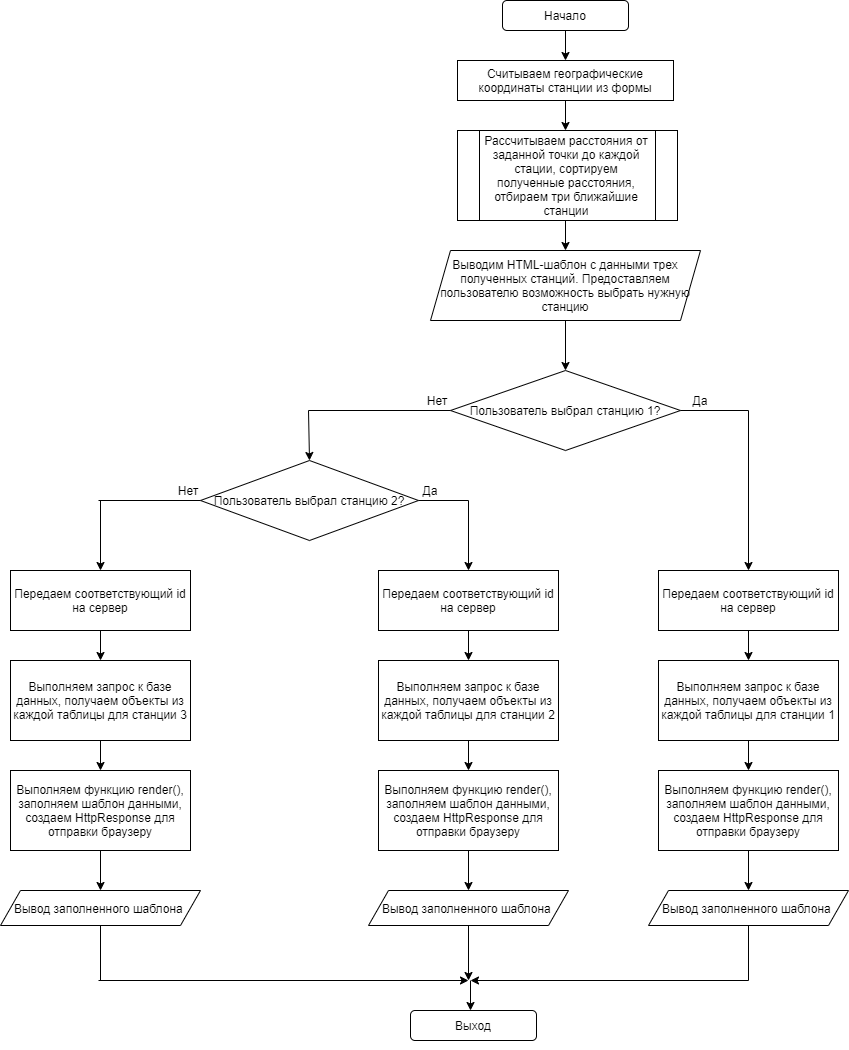
Before: coord.png, a diagram exported from draw.io (Sofya99/Diplom). Source tidied: cells renumbered, new cells last; positions are measured from the earlier drawing's top-left corner, leaving out a move shared by most shapes.
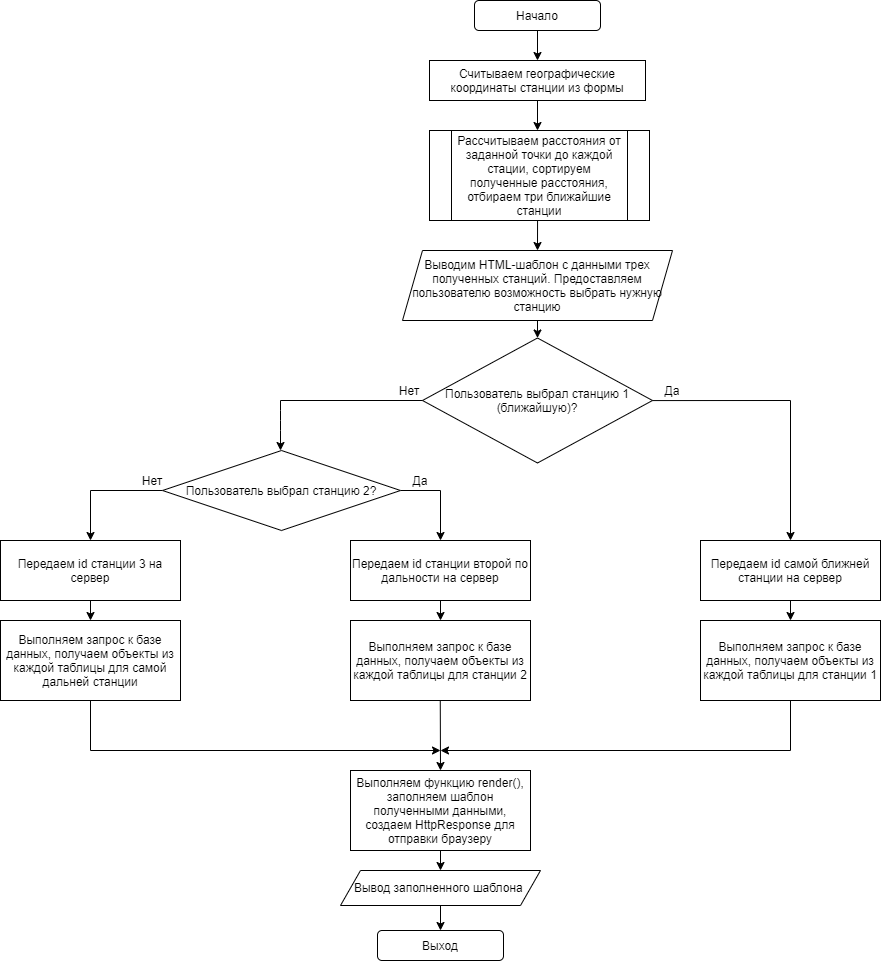
The same diagram one commit later.

What changed in the source:
```diff
@@ -8,11 +8,11 @@
     <mxCell id="3" value="Считываем географические координаты станции из формы" style="rounded=0;whiteSpace=wrap;html=1;" parent="1" vertex="1">
       <mxGeometry x="457" y="60" width="216" height="40" as="geometry" />
     </mxCell>
-    <mxCell id="4" value="Пользователь выбрал станцию 1?" style="rhombus;whiteSpace=wrap;html=1;" parent="1" vertex="1">
-      <mxGeometry x="450" y="370" width="230" height="80" as="geometry" />
+    <mxCell id="4" value="Пользователь выбрал станцию 1 (ближайшую)?" style="rhombus;whiteSpace=wrap;html=1;" parent="1" vertex="1">
+      <mxGeometry x="450" y="337.5" width="230" height="125" as="geometry" />
     </mxCell>
     <mxCell id="5" value="Выход" style="rounded=1;whiteSpace=wrap;html=1;" parent="1" vertex="1">
-      <mxGeometry x="410" y="1010" width="126" height="30" as="geometry" />
+      <mxGeometry x="405" y="930" width="126" height="30" as="geometry" />
     </mxCell>
     <mxCell id="6" style="endArrow=classic;html=1;exitX=0.5;exitY=1;exitDx=0;exitDy=0;" parent="1" edge="1" source="2">
       <mxGeometry relative="1" as="geometry">
@@ -25,58 +25,24 @@
       </mxGeometry>
     </mxCell>
     <mxCell id="8" value="Нет" style="text;html=1;strokeColor=none;fillColor=none;align=center;verticalAlign=middle;whiteSpace=wrap;rounded=0;" parent="1" vertex="1">
-      <mxGeometry x="417" y="390" width="40" height="20" as="geometry" />
+      <mxGeometry x="417" y="380" width="40" height="20" as="geometry" />
     </mxCell>
-    <mxCell id="9" style="endArrow=none;html=1;exitX=0;exitY=1;exitDx=0;exitDy=0;" parent="1" edge="1">
-      <mxGeometry relative="1" as="geometry">
-        <mxPoint x="680" y="410" as="sourcePoint" />
-        <mxPoint x="748" y="410" as="targetPoint" />
-      </mxGeometry>
-    </mxCell>
-    <mxCell id="10" style="edgeStyle=orthogonalEdgeStyle;rounded=0;jettySize=auto;html=1;exitX=0.5;exitY=1;exitDx=0;exitDy=0;entryX=0.5;entryY=0;entryDx=0;entryDy=0;" parent="1" edge="1" source="11" target="14">
-      <mxGeometry relative="1" as="geometry" />
-    </mxCell>
     <mxCell id="11" value="Выполняем запрос к базе данных, получаем объекты из каждой таблицы для станции 1" style="rounded=0;whiteSpace=wrap;html=1;" parent="1" vertex="1">
-      <mxGeometry x="658" y="660" width="180" height="80" as="geometry" />
+      <mxGeometry x="728" y="620" width="180" height="80" as="geometry" />
     </mxCell>
-    <mxCell id="12" style="endArrow=classic;html=1;" parent="1" edge="1" target="28">
-      <mxGeometry relative="1" as="geometry">
-        <mxPoint x="748" y="410" as="sourcePoint" />
-      </mxGeometry>
-    </mxCell>
-    <mxCell id="13" style="edgeStyle=orthogonalEdgeStyle;rounded=0;jettySize=auto;html=1;exitX=0.5;exitY=1;exitDx=0;exitDy=0;entryX=0.5;entryY=0;entryDx=0;entryDy=0;" parent="1" edge="1" source="14" target="15">
-      <mxGeometry relative="1" as="geometry" />
-    </mxCell>
-    <mxCell id="14" value="Выполняем функцию render(), заполняем шаблон данными, создаем HttpResponse для отправки браузеру" style="rounded=0;whiteSpace=wrap;html=1;" parent="1" vertex="1">
-      <mxGeometry x="658" y="770" width="180" height="80" as="geometry" />
-    </mxCell>
-    <mxCell id="15" value="Вывод заполненного шаблона&amp;nbsp;" style="shape=parallelogram;perimeter=parallelogramPerimeter;whiteSpace=wrap;html=1;fixedSize=1;" parent="1" vertex="1">
-      <mxGeometry x="648" y="890" width="200" height="35" as="geometry" />
-    </mxCell>
-    <mxCell id="16" style="endArrow=none;html=1;exitX=0.5;exitY=1;exitDx=0;exitDy=0;" parent="1" edge="1" source="15">
-      <mxGeometry relative="1" as="geometry">
-        <mxPoint x="748" y="980" as="targetPoint" />
-      </mxGeometry>
-    </mxCell>
     <mxCell id="17" style="edgeStyle=orthogonalEdgeStyle;rounded=0;orthogonalLoop=1;jettySize=auto;html=1;exitX=0.5;exitY=1;exitDx=0;exitDy=0;" parent="1" edge="1" source="5" target="5">
       <mxGeometry relative="1" as="geometry" />
     </mxCell>
-    <mxCell id="18" style="endArrow=classic;html=1;" parent="1" edge="1">
-      <mxGeometry relative="1" as="geometry">
-        <mxPoint x="470" y="980" as="sourcePoint" />
-        <mxPoint x="470" y="1010" as="targetPoint" />
-      </mxGeometry>
-    </mxCell>
     <mxCell id="19" style="endArrow=classic;html=1;" parent="1" edge="1">
       <mxGeometry relative="1" as="geometry">
-        <mxPoint x="98" y="980" as="sourcePoint" />
-        <mxPoint x="468" y="980" as="targetPoint" />
+        <mxPoint x="118" y="750" as="sourcePoint" />
+        <mxPoint x="468" y="750" as="targetPoint" />
       </mxGeometry>
     </mxCell>
     <mxCell id="20" style="endArrow=classic;html=1;" parent="1" edge="1">
       <mxGeometry relative="1" as="geometry">
-        <mxPoint x="748" y="980" as="sourcePoint" />
-        <mxPoint x="470" y="980" as="targetPoint" />
+        <mxPoint x="818" y="750" as="sourcePoint" />
+        <mxPoint x="468" y="750" as="targetPoint" />
       </mxGeometry>
     </mxCell>
     <mxCell id="21" style="edgeStyle=orthogonalEdgeStyle;rounded=0;jettySize=auto;html=1;exitX=0.5;exitY=1;exitDx=0;exitDy=0;entryX=0.5;entryY=0;entryDx=0;entryDy=0;" parent="1" edge="1" source="22" target="24">
@@ -92,105 +58,113 @@
       <mxGeometry x="430" y="250" width="270" height="70" as="geometry" />
     </mxCell>
     <mxCell id="25" value="Да" style="text;html=1;strokeColor=none;fillColor=none;align=center;verticalAlign=middle;whiteSpace=wrap;rounded=0;" parent="1" vertex="1">
-      <mxGeometry x="680" y="390" width="40" height="20" as="geometry" />
+      <mxGeometry x="680" y="380" width="40" height="20" as="geometry" />
     </mxCell>
-    <mxCell id="26" value="Пользователь выбрал станцию 2?" style="rhombus;whiteSpace=wrap;html=1;" parent="1" vertex="1">
-      <mxGeometry x="200" y="460" width="218" height="80" as="geometry" />
-    </mxCell>
     <mxCell id="27" style="edgeStyle=orthogonalEdgeStyle;rounded=0;jettySize=auto;html=1;exitX=0.5;exitY=1;exitDx=0;exitDy=0;entryX=0.5;entryY=0;entryDx=0;entryDy=0;" parent="1" edge="1" source="28" target="11">
       <mxGeometry relative="1" as="geometry" />
     </mxCell>
-    <mxCell id="28" value="Передаем соответствующий id на сервер" style="rounded=0;whiteSpace=wrap;html=1;" parent="1" vertex="1">
-      <mxGeometry x="658" y="570" width="180" height="60" as="geometry" />
+    <mxCell id="28" value="Передаем id самой ближней станции на сервер" style="rounded=0;whiteSpace=wrap;html=1;" parent="1" vertex="1">
+      <mxGeometry x="728" y="540" width="180" height="60" as="geometry" />
     </mxCell>
-    <mxCell id="29" style="endArrow=none;html=1;entryX=0;entryY=0.5;entryDx=0;entryDy=0;" parent="1" edge="1" target="4">
-      <mxGeometry relative="1" as="geometry">
-        <mxPoint x="308" y="410" as="sourcePoint" />
-      </mxGeometry>
-    </mxCell>
-    <mxCell id="30" style="endArrow=classic;html=1;entryX=0.5;entryY=0;entryDx=0;entryDy=0;" parent="1" edge="1" target="26">
-      <mxGeometry relative="1" as="geometry">
-        <mxPoint x="308" y="410" as="sourcePoint" />
-      </mxGeometry>
-    </mxCell>
-    <mxCell id="31" style="endArrow=none;html=1;" parent="1" edge="1">
+    <mxCell id="31" style="endArrow=none;html=1;entryX=1;entryY=1;entryDx=0;entryDy=0;" parent="1" edge="1" target="32">
       <mxGeometry relative="1" as="geometry">
-        <mxPoint x="418" y="500" as="sourcePoint" />
-        <mxPoint x="468" y="500" as="targetPoint" />
+        <mxPoint x="428" y="490" as="sourcePoint" />
       </mxGeometry>
     </mxCell>
     <mxCell id="32" value="Да" style="text;html=1;strokeColor=none;fillColor=none;align=center;verticalAlign=middle;whiteSpace=wrap;rounded=0;" parent="1" vertex="1">
-      <mxGeometry x="410" y="480" width="40" height="20" as="geometry" />
+      <mxGeometry x="428" y="470" width="40" height="20" as="geometry" />
     </mxCell>
-    <mxCell id="33" style="edgeStyle=orthogonalEdgeStyle;rounded=0;jettySize=auto;html=1;exitX=0.5;exitY=1;exitDx=0;exitDy=0;entryX=0.5;entryY=0;entryDx=0;entryDy=0;" parent="1" edge="1" source="34" target="36">
-      <mxGeometry relative="1" as="geometry" />
-    </mxCell>
     <mxCell id="34" value="Выполняем запрос к базе данных, получаем объекты из каждой таблицы для станции 2" style="rounded=0;whiteSpace=wrap;html=1;" parent="1" vertex="1">
-      <mxGeometry x="378" y="660" width="180" height="80" as="geometry" />
+      <mxGeometry x="378" y="620" width="180" height="80" as="geometry" />
     </mxCell>
     <mxCell id="35" style="edgeStyle=orthogonalEdgeStyle;rounded=0;jettySize=auto;html=1;exitX=0.5;exitY=1;exitDx=0;exitDy=0;entryX=0.5;entryY=0;entryDx=0;entryDy=0;" parent="1" edge="1" source="36" target="37">
       <mxGeometry relative="1" as="geometry" />
     </mxCell>
-    <mxCell id="36" value="Выполняем функцию render(), заполняем шаблон данными, создаем HttpResponse для отправки браузеру" style="rounded=0;whiteSpace=wrap;html=1;" parent="1" vertex="1">
+    <mxCell id="36" value="Выполняем функцию render(), заполняем шаблон полученными данными, создаем HttpResponse для отправки браузеру" style="rounded=0;whiteSpace=wrap;html=1;" parent="1" vertex="1">
       <mxGeometry x="378" y="770" width="180" height="80" as="geometry" />
     </mxCell>
+    <mxCell id="53" style="edgeStyle=orthogonalEdgeStyle;rounded=0;jettySize=auto;html=1;exitX=0.5;exitY=1;exitDx=0;exitDy=0;entryX=0.5;entryY=0;entryDx=0;entryDy=0;" parent="1" edge="1" source="37" target="5">
+      <mxGeometry relative="1" as="geometry" />
+    </mxCell>
     <mxCell id="37" value="Вывод заполненного шаблона&amp;nbsp;" style="shape=parallelogram;perimeter=parallelogramPerimeter;whiteSpace=wrap;html=1;fixedSize=1;" parent="1" vertex="1">
-      <mxGeometry x="368" y="890" width="200" height="35" as="geometry" />
+      <mxGeometry x="368" y="870" width="200" height="35" as="geometry" />
     </mxCell>
-    <mxCell id="38" style="endArrow=classic;html=1;entryX=0.5;entryY=0;entryDx=0;entryDy=0;" parent="1" edge="1" target="52">
-      <mxGeometry relative="1" as="geometry">
-        <mxPoint x="468" y="500" as="sourcePoint" />
-      </mxGeometry>
-    </mxCell>
-    <mxCell id="39" style="endArrow=none;html=1;entryX=0;entryY=0.5;entryDx=0;entryDy=0;" parent="1" edge="1" target="26">
+    <mxCell id="39" style="endArrow=none;html=1;entryX=0;entryY=0.5;entryDx=0;entryDy=0;" parent="1" edge="1">
       <mxGeometry relative="1" as="geometry">
-        <mxPoint x="98" y="500" as="sourcePoint" />
+        <mxPoint x="118" y="490" as="sourcePoint" />
+        <mxPoint x="190" y="490" as="targetPoint" />
       </mxGeometry>
     </mxCell>
-    <mxCell id="40" style="endArrow=classic;html=1;entryX=0.5;entryY=0;entryDx=0;entryDy=0;" parent="1" edge="1" target="50">
-      <mxGeometry relative="1" as="geometry">
-        <mxPoint x="100" y="500" as="sourcePoint" />
-      </mxGeometry>
-    </mxCell>
     <mxCell id="41" value="Нет" style="text;html=1;strokeColor=none;fillColor=none;align=center;verticalAlign=middle;whiteSpace=wrap;rounded=0;" parent="1" vertex="1">
-      <mxGeometry x="168" y="480" width="40" height="20" as="geometry" />
+      <mxGeometry x="160" y="470" width="40" height="20" as="geometry" />
     </mxCell>
-    <mxCell id="42" style="edgeStyle=orthogonalEdgeStyle;rounded=0;jettySize=auto;html=1;exitX=0.5;exitY=1;exitDx=0;exitDy=0;entryX=0.5;entryY=0;entryDx=0;entryDy=0;" parent="1" edge="1" source="43" target="45">
-      <mxGeometry relative="1" as="geometry" />
-    </mxCell>
-    <mxCell id="43" value="Выполняем запрос к базе данных, получаем объекты из каждой таблицы для станции 3" style="rounded=0;whiteSpace=wrap;html=1;" parent="1" vertex="1">
-      <mxGeometry x="10" y="660" width="180" height="80" as="geometry" />
+    <mxCell id="43" value="Выполняем запрос к базе данных, получаем объекты из каждой таблицы для самой дальней станции" style="rounded=0;whiteSpace=wrap;html=1;" parent="1" vertex="1">
+      <mxGeometry x="28" y="620" width="180" height="80" as="geometry" />
     </mxCell>
-    <mxCell id="44" style="edgeStyle=orthogonalEdgeStyle;rounded=0;jettySize=auto;html=1;exitX=0.5;exitY=1;exitDx=0;exitDy=0;entryX=0.5;entryY=0;entryDx=0;entryDy=0;" parent="1" edge="1" source="45" target="46">
-      <mxGeometry relative="1" as="geometry" />
-    </mxCell>
-    <mxCell id="45" value="Выполняем функцию render(), заполняем шаблон данными, создаем HttpResponse для отправки браузеру" style="rounded=0;whiteSpace=wrap;html=1;" parent="1" vertex="1">
-      <mxGeometry x="10" y="770" width="180" height="80" as="geometry" />
-    </mxCell>
-    <mxCell id="46" value="Вывод заполненного шаблона&amp;nbsp;" style="shape=parallelogram;perimeter=parallelogramPerimeter;whiteSpace=wrap;html=1;fixedSize=1;" parent="1" vertex="1">
-      <mxGeometry y="890" width="200" height="35" as="geometry" />
-    </mxCell>
-    <mxCell id="47" style="endArrow=none;html=1;exitX=0.5;exitY=1;exitDx=0;exitDy=0;" parent="1" edge="1" source="46">
-      <mxGeometry relative="1" as="geometry">
-        <mxPoint x="100" y="980" as="targetPoint" />
-      </mxGeometry>
-    </mxCell>
-    <mxCell id="48" style="endArrow=classic;html=1;exitX=0.5;exitY=1;exitDx=0;exitDy=0;" parent="1" edge="1" source="37">
-      <mxGeometry relative="1" as="geometry">
-        <mxPoint x="468" y="980" as="targetPoint" />
-      </mxGeometry>
-    </mxCell>
     <mxCell id="49" style="edgeStyle=orthogonalEdgeStyle;rounded=0;jettySize=auto;html=1;exitX=0.5;exitY=1;exitDx=0;exitDy=0;entryX=0.5;entryY=0;entryDx=0;entryDy=0;" parent="1" edge="1" source="50" target="43">
       <mxGeometry relative="1" as="geometry" />
     </mxCell>
-    <mxCell id="50" value="Передаем соответствующий id на сервер" style="rounded=0;whiteSpace=wrap;html=1;" parent="1" vertex="1">
-      <mxGeometry x="10" y="570" width="180" height="60" as="geometry" />
+    <mxCell id="50" value="Передаем id станции 3 на сервер" style="rounded=0;whiteSpace=wrap;html=1;" parent="1" vertex="1">
+      <mxGeometry x="28" y="540" width="180" height="60" as="geometry" />
     </mxCell>
     <mxCell id="51" style="edgeStyle=orthogonalEdgeStyle;rounded=0;jettySize=auto;html=1;exitX=0.5;exitY=1;exitDx=0;exitDy=0;entryX=0.5;entryY=0;entryDx=0;entryDy=0;" parent="1" edge="1" source="52" target="34">
       <mxGeometry relative="1" as="geometry" />
     </mxCell>
-    <mxCell id="52" value="Передаем соответствующий id на сервер" style="rounded=0;whiteSpace=wrap;html=1;" parent="1" vertex="1">
-      <mxGeometry x="378" y="570" width="180" height="60" as="geometry" />
+    <mxCell id="52" value="Передаем id станции второй по дальности на сервер" style="rounded=0;whiteSpace=wrap;html=1;" parent="1" vertex="1">
+      <mxGeometry x="378" y="540" width="180" height="60" as="geometry" />
     </mxCell>
+    <mxCell id="54" style="endArrow=none;html=1;entryX=0;entryY=0.5;entryDx=0;entryDy=0;" parent="1" edge="1" target="4">
+      <mxGeometry relative="1" as="geometry">
+        <mxPoint x="308" y="400" as="sourcePoint" />
+      </mxGeometry>
+    </mxCell>
+    <mxCell id="55" style="endArrow=none;html=1;" parent="1" edge="1">
+      <mxGeometry relative="1" as="geometry">
+        <mxPoint x="680" y="400.1" as="sourcePoint" />
+        <mxPoint x="818" y="400" as="targetPoint" />
+      </mxGeometry>
+    </mxCell>
+    <mxCell id="26" value="Пользователь выбрал станцию 2?" style="rhombus;whiteSpace=wrap;html=1;" parent="1" vertex="1">
+      <mxGeometry x="190" y="450" width="238" height="80" as="geometry" />
+    </mxCell>
+    <mxCell id="56" style="endArrow=classic;html=1;" parent="1" edge="1">
+      <mxGeometry relative="1" as="geometry">
+        <mxPoint x="308" y="400" as="sourcePoint" />
+        <mxPoint x="308" y="450" as="targetPoint" />
+        <Array as="points">
+          <mxPoint x="308" y="420" />
+        </Array>
+      </mxGeometry>
+    </mxCell>
+    <mxCell id="57" style="endArrow=classic;html=1;exitX=1;exitY=1;exitDx=0;exitDy=0;" parent="1" edge="1" source="32">
+      <mxGeometry relative="1" as="geometry">
+        <mxPoint x="468" y="540" as="targetPoint" />
+      </mxGeometry>
+    </mxCell>
+    <mxCell id="58" style="endArrow=none;html=1;exitX=0.5;exitY=1;exitDx=0;exitDy=0;" parent="1" edge="1" source="43">
+      <mxGeometry relative="1" as="geometry">
+        <mxPoint x="118" y="750" as="targetPoint" />
+      </mxGeometry>
+    </mxCell>
+    <mxCell id="59" style="endArrow=classic;html=1;entryX=0.5;entryY=0;entryDx=0;entryDy=0;" parent="1" edge="1" target="50">
+      <mxGeometry relative="1" as="geometry">
+        <mxPoint x="118" y="490" as="sourcePoint" />
+      </mxGeometry>
+    </mxCell>
+    <mxCell id="60" style="endArrow=classic;html=1;entryX=0.5;entryY=0;entryDx=0;entryDy=0;" parent="1" edge="1" target="36">
+      <mxGeometry relative="1" as="geometry">
+        <mxPoint x="467.8" y="700" as="sourcePoint" />
+      </mxGeometry>
+    </mxCell>
+    <mxCell id="61" style="endArrow=classic;html=1;entryX=0.5;entryY=0;entryDx=0;entryDy=0;" parent="1" edge="1" target="28">
+      <mxGeometry relative="1" as="geometry">
+        <mxPoint x="818" y="400" as="sourcePoint" />
+      </mxGeometry>
+    </mxCell>
+    <mxCell id="62" style="endArrow=none;html=1;entryX=0.5;entryY=1;entryDx=0;entryDy=0;" parent="1" edge="1" target="11">
+      <mxGeometry relative="1" as="geometry">
+        <mxPoint x="818" y="750" as="sourcePoint" />
+      </mxGeometry>
+    </mxCell>
   </root>
 </mxGraphModel>
```
